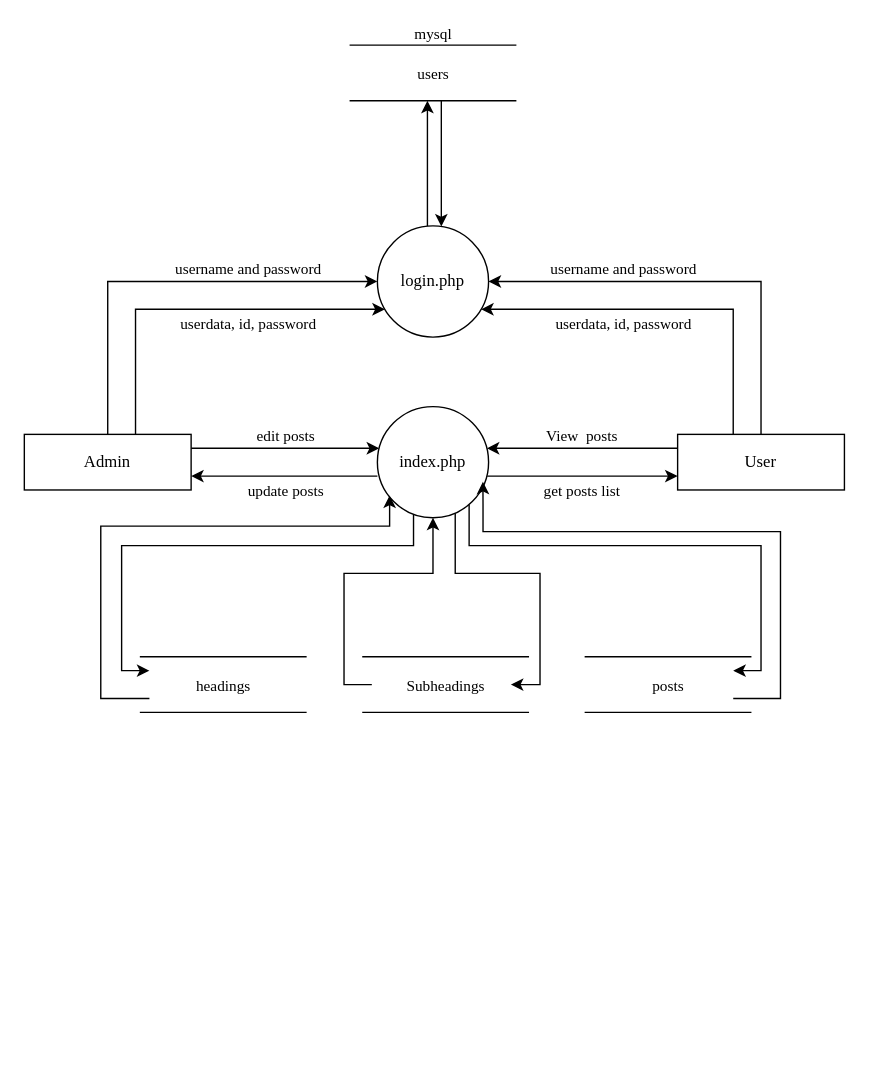
This is Physical DFD.drawio from AshishGaut/flowcharts, a draw.io file, before an edit. Source tidied: cells renumbered, new cells numbered last; positions are measured from the earlier drawing's top-left corner, leaving out a move shared by most shapes. Both pictures are drawn from the tidied source at 139%, with x=0, y=0 at pixel (24, 44). Pictures stored in the file or linked from it are replaced by grey dashed boxes.
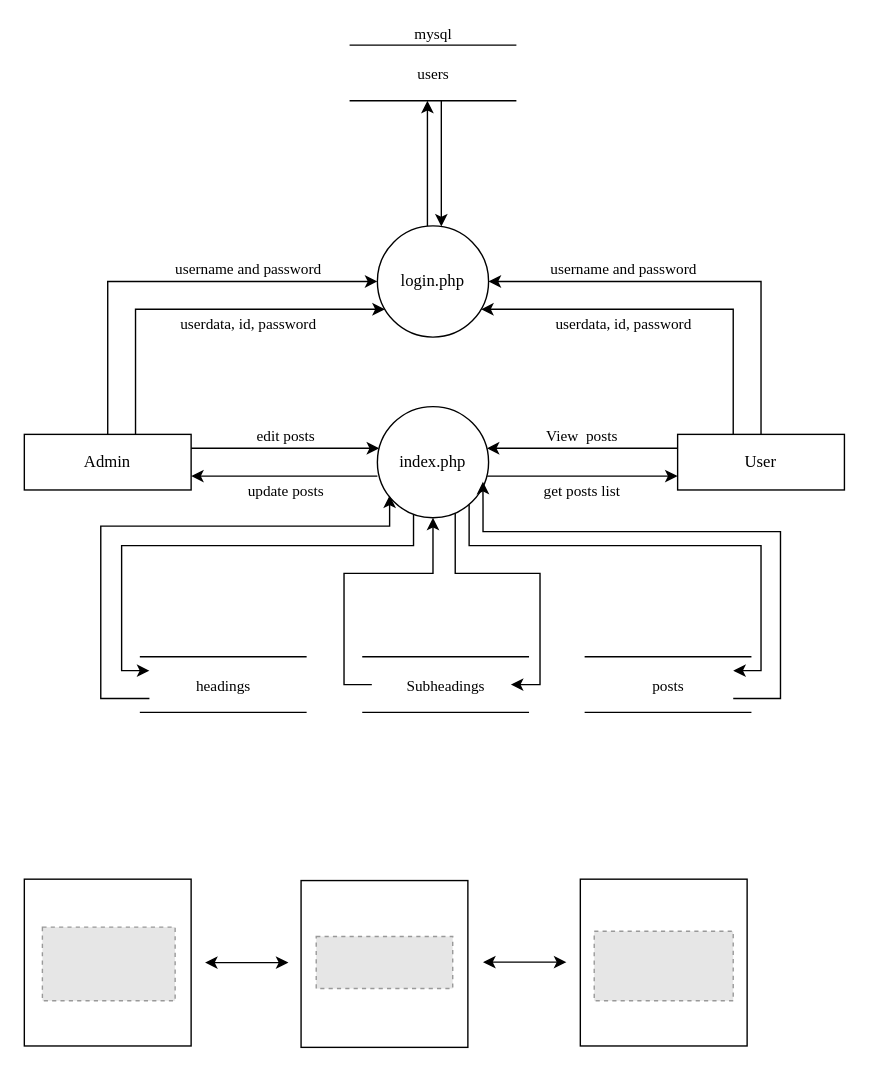
Above is the later version.

Diff of the diagram source:
```diff
@@
+    <mxCell id="43" style="rounded=0;whiteSpace=wrap;html=1;" parent="1" vertex="1">
+      <mxGeometry x="199.1" y="601" width="120" height="120" as="geometry" />
+    </mxCell>
@@
+    <mxCell id="44" style="rounded=0;whiteSpace=wrap;html=1;" parent="1" vertex="1">
+      <mxGeometry y="600" width="120" height="120" as="geometry" />
+    </mxCell>
+    <mxCell id="45" style="fillColor=#E6E6E6;strokeColor=#999999;dashed=1;verticalLabelPosition=bottom;labelBackgroundColor=default;verticalAlign=top;" parent="1" vertex="1">
+      <mxGeometry x="13" y="634.5" width="95.5" height="53" as="geometry" />
+    </mxCell>
+    <mxCell id="46" style="fillColor=#E6E6E6;strokeColor=#999999;dashed=1;verticalLabelPosition=bottom;labelBackgroundColor=default;verticalAlign=top;" parent="1" vertex="1">
+      <mxGeometry x="210" y="641.2" width="98.2" height="37.5" as="geometry" />
+    </mxCell>
+    <mxCell id="47" style="rounded=0;whiteSpace=wrap;html=1;" parent="1" vertex="1">
+      <mxGeometry x="400" y="600" width="120" height="120" as="geometry" />
+    </mxCell>
+    <mxCell id="48" style="fillColor=#E6E6E6;strokeColor=#999999;dashed=1;verticalLabelPosition=bottom;labelBackgroundColor=default;verticalAlign=top;" parent="1" vertex="1">
+      <mxGeometry x="410" y="637.5" width="100" height="50" as="geometry" />
+    </mxCell>
+    <mxCell id="49" style="endArrow=classic;startArrow=classic;html=1;rounded=0;" parent="1" edge="1">
+      <mxGeometry relative="1" as="geometry">
+        <mxPoint x="130" y="660" as="sourcePoint" />
+        <mxPoint x="190" y="660" as="targetPoint" />
+      </mxGeometry>
+    </mxCell>
+    <mxCell id="50" style="endArrow=classic;startArrow=classic;html=1;rounded=0;" parent="1" edge="1">
+      <mxGeometry relative="1" as="geometry">
+        <mxPoint x="330" y="659.7" as="sourcePoint" />
+        <mxPoint x="390" y="659.7" as="targetPoint" />
+      </mxGeometry>
+    </mxCell>
```
